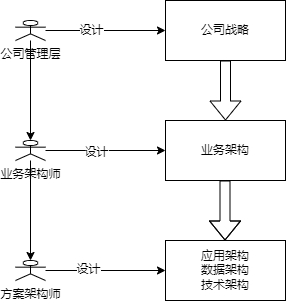
suibianlx/business_architect keeps this draw.io diagram as doc/business_architect.png. Above is the earlier version. Source tidied: cells renumbered, new cells last; positions are measured from the earlier drawing's top-left corner, leaving out a move shared by most shapes.
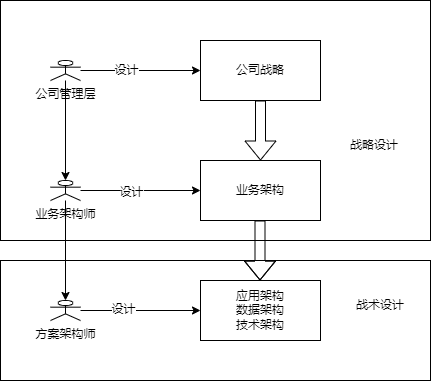
Later version of the same file.

What changed in the source:
```diff
@@ -2,6 +2,12 @@
   <root>
     <mxCell id="0" />
     <mxCell id="1" parent="0" />
+    <mxCell id="18" style="rounded=0;whiteSpace=wrap;html=1;" parent="1" vertex="1">
+      <mxGeometry x="-50" y="220" width="430" height="120" as="geometry" />
+    </mxCell>
+    <mxCell id="19" style="rounded=0;whiteSpace=wrap;html=1;" parent="1" vertex="1">
+      <mxGeometry x="-50" y="-40" width="430" height="240" as="geometry" />
+    </mxCell>
     <mxCell id="2" style="edgeStyle=orthogonalEdgeStyle;rounded=0;jettySize=auto;html=1;entryX=0;entryY=0.5;entryDx=0;entryDy=0;" parent="1" edge="1" source="5" target="13">
       <mxGeometry relative="1" as="geometry" />
     </mxCell>
@@ -56,5 +62,11 @@
         </Array>
       </mxGeometry>
     </mxCell>
+    <mxCell id="20" value="战略设计" style="text;html=1;strokeColor=none;fillColor=none;align=center;verticalAlign=middle;whiteSpace=wrap;rounded=0;" parent="1" vertex="1">
+      <mxGeometry x="294" y="90" width="60" height="30" as="geometry" />
+    </mxCell>
+    <mxCell id="21" value="战术设计" style="text;html=1;strokeColor=none;fillColor=none;align=center;verticalAlign=middle;whiteSpace=wrap;rounded=0;" parent="1" vertex="1">
+      <mxGeometry x="300" y="250" width="60" height="30" as="geometry" />
+    </mxCell>
   </root>
 </mxGraphModel>
```
